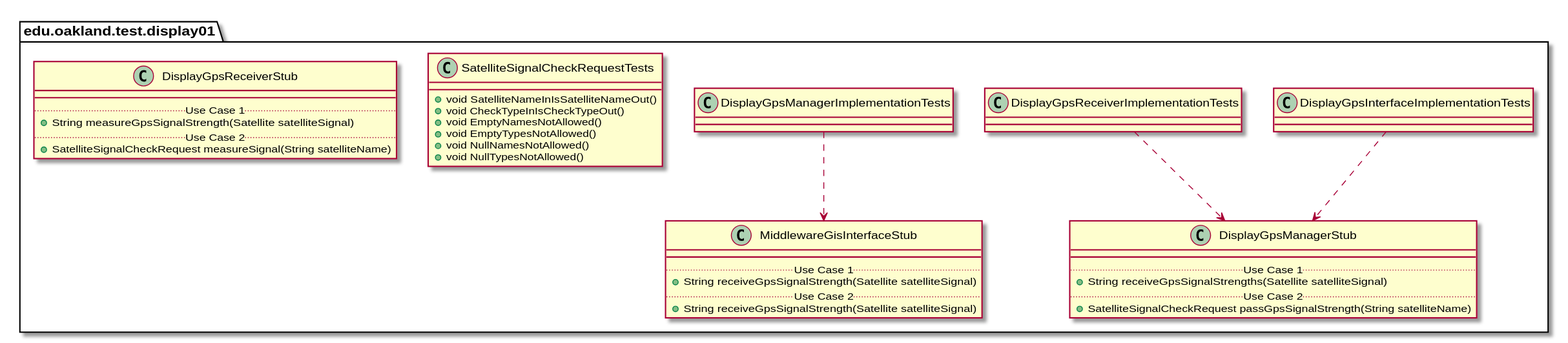
Above: docs/uml-class-diagrams/display01/test/Display01TestPackage_InternalDependencies.svg in casher-ou/csi-3370-software-project (PlantUML), before the change.
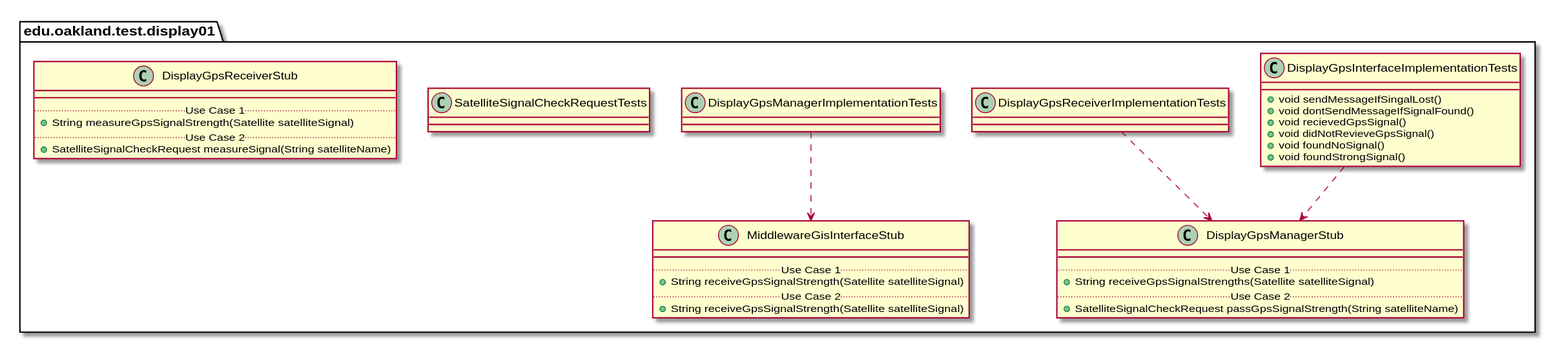
After the change.

The edit, as a diff of the source:
```diff
@@ -7,7 +7,12 @@
 
 package edu.oakland.test.display01 {
     class DisplayGpsInterfaceImplementationTests {
-
+      + void sendMessageIfSingalLost()
+      + void dontSendMessageIfSignalFound()
+      + void recievedGpsSignal()
+      + void didNotRevieveGpsSignal()
+      + void foundNoSignal()
+      + void foundStrongSignal()
     }
 }
 
@@ -55,14 +60,9 @@
 DisplayGpsManagerImplementationTests ..> MiddlewareGisInterfaceStub
 
 package edu.oakland.test.display01 {
-  class SatelliteSignalCheckRequestTests {
-    + void SatelliteNameInIsSatelliteNameOut()
-    + void CheckTypeInIsCheckTypeOut()
-    + void EmptyNamesNotAllowed()
-    + void EmptyTypesNotAllowed()
-    + void NullNamesNotAllowed()
-    + void NullTypesNotAllowed()
-  }
+    class SatelliteSignalCheckRequestTests {
+
+    }
 }
 
 
```
